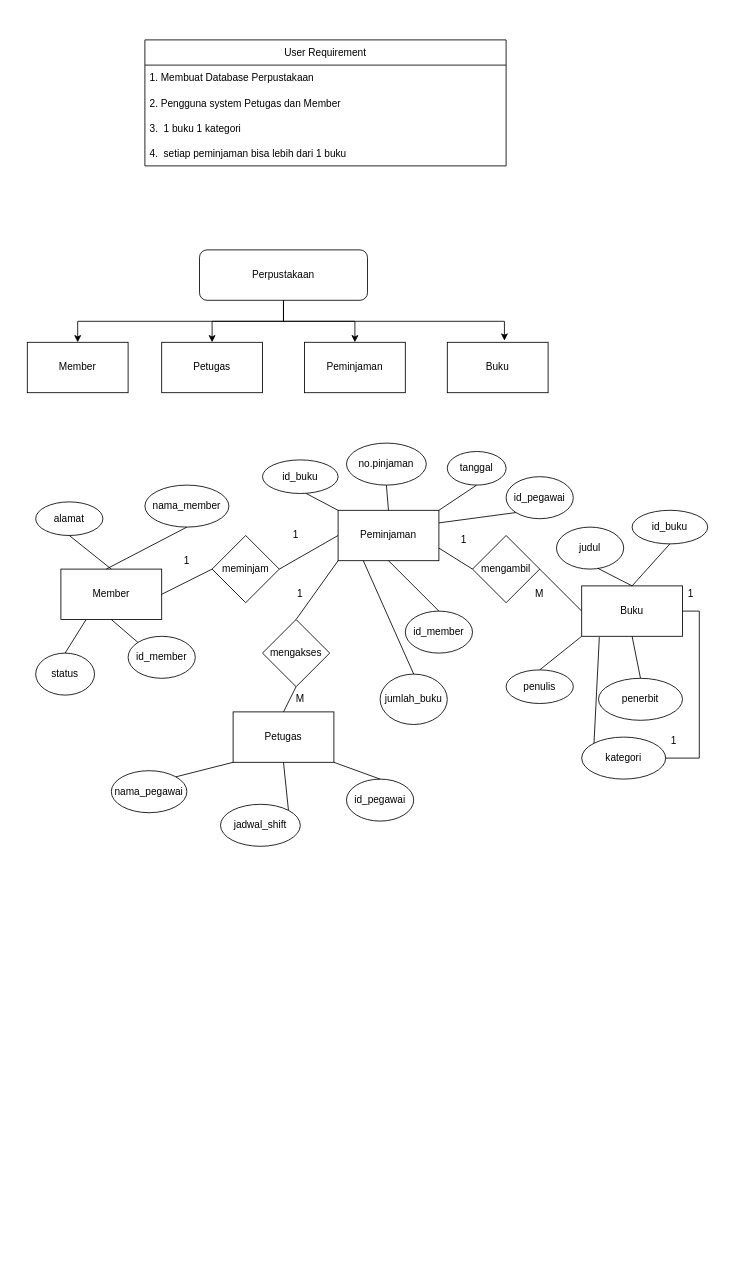
Ftobiansyah123/ansi-uts keeps this draw.io diagram as Entity Relationship Diagram.drawio. Above is the earlier version. Source tidied: cells renumbered, new cells numbered last; positions are measured from the earlier drawing's top-left corner, leaving out a move shared by most shapes. Both pictures are drawn from the tidied source at 84%, with x=0, y=0 at pixel (27, 39).
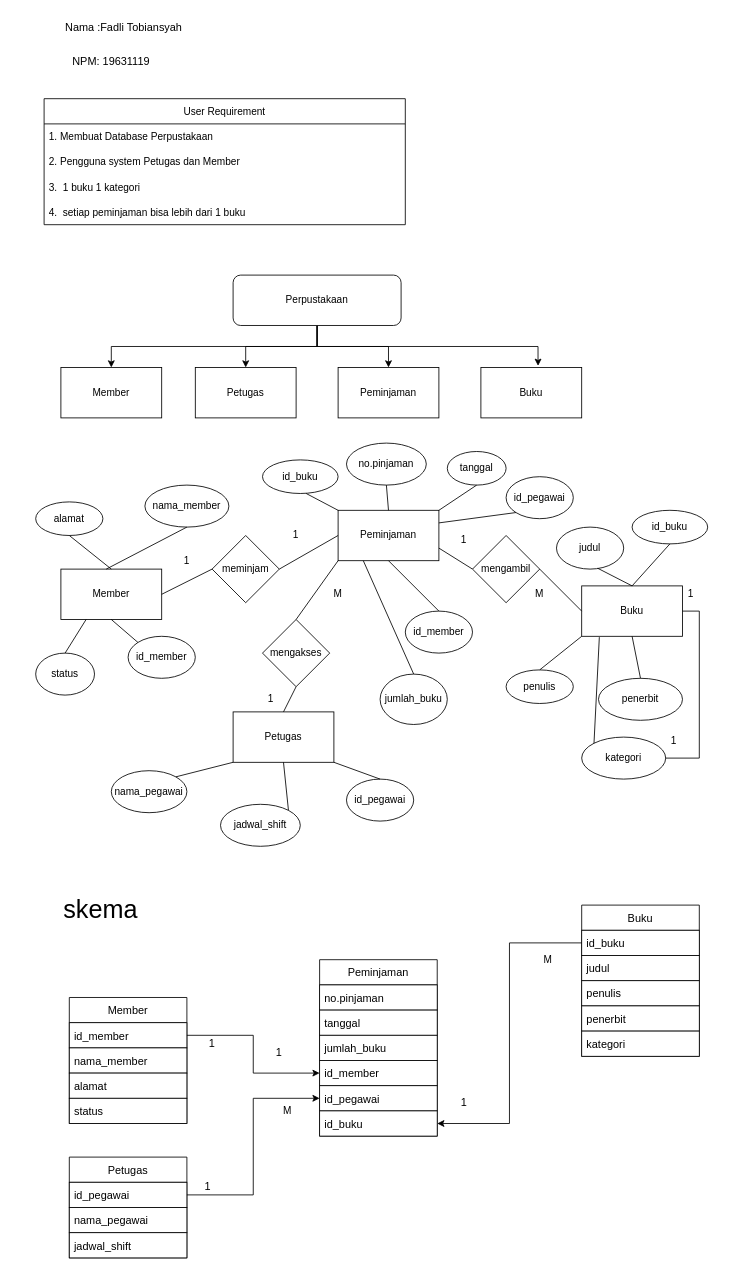
The same diagram, later.

Diff of the diagram source:
```diff
@@
     <mxCell id="2" value="User Requirement" style="swimlane;fontStyle=0;horizontal=1;startSize=30;fontColor=default;fillColor=default;strokeColor=default;" parent="1" vertex="1">
-      <mxGeometry x="140" width="430" height="150" as="geometry" />
+      <mxGeometry x="20" y="70" width="430" height="150" as="geometry" />
     </mxCell>
@@
-    <mxCell id="7" style="edgeStyle=orthogonalEdgeStyle;rounded=0;jettySize=auto;html=1;exitX=0.5;exitY=1;exitDx=0;exitDy=0;entryX=0.5;entryY=0;entryDx=0;entryDy=0;fontColor=default;" parent="1" edge="1" source="11" target="12">
+    <mxCell id="7" style="edgeStyle=orthogonalEdgeStyle;rounded=0;jettySize=auto;html=1;exitX=0.5;exitY=1;exitDx=0;exitDy=0;entryX=0.5;entryY=0;entryDx=0;entryDy=0;fontColor=default;strokeColor=default;labelBackgroundColor=default;" parent="1" edge="1" source="11" target="12">
       <mxGeometry relative="1" as="geometry" />
     </mxCell>
-    <mxCell id="8" style="edgeStyle=orthogonalEdgeStyle;rounded=0;jettySize=auto;html=1;exitX=0.5;exitY=1;exitDx=0;exitDy=0;entryX=0.5;entryY=0;entryDx=0;entryDy=0;fontColor=default;" parent="1" edge="1" source="11" target="13">
+    <mxCell id="8" style="edgeStyle=orthogonalEdgeStyle;rounded=0;jettySize=auto;html=1;exitX=0.5;exitY=1;exitDx=0;exitDy=0;entryX=0.5;entryY=0;entryDx=0;entryDy=0;fontColor=default;strokeColor=default;labelBackgroundColor=default;" parent="1" edge="1" source="11" target="13">
       <mxGeometry relative="1" as="geometry" />
     </mxCell>
-    <mxCell id="9" style="edgeStyle=orthogonalEdgeStyle;rounded=0;jettySize=auto;html=1;exitX=0.5;exitY=1;exitDx=0;exitDy=0;entryX=0.5;entryY=0;entryDx=0;entryDy=0;fontColor=default;" parent="1" edge="1" source="11" target="14">
+    <mxCell id="9" style="edgeStyle=orthogonalEdgeStyle;rounded=0;jettySize=auto;html=1;exitX=0.5;exitY=1;exitDx=0;exitDy=0;entryX=0.5;entryY=0;entryDx=0;entryDy=0;fontColor=default;strokeColor=default;labelBackgroundColor=default;" parent="1" edge="1" source="11" target="14">
       <mxGeometry relative="1" as="geometry" />
     </mxCell>
-    <mxCell id="10" style="edgeStyle=orthogonalEdgeStyle;rounded=0;jettySize=auto;html=1;exitX=0.5;exitY=1;exitDx=0;exitDy=0;entryX=0.567;entryY=-0.033;entryDx=0;entryDy=0;entryPerimeter=0;fontColor=default;" parent="1" edge="1" source="11" target="15">
+    <mxCell id="10" style="edgeStyle=orthogonalEdgeStyle;rounded=0;jettySize=auto;html=1;exitX=0.5;exitY=1;exitDx=0;exitDy=0;entryX=0.567;entryY=-0.033;entryDx=0;entryDy=0;entryPerimeter=0;fontColor=default;strokeColor=default;labelBackgroundColor=default;" parent="1" edge="1" source="11" target="15">
       <mxGeometry relative="1" as="geometry" />
     </mxCell>
-    <mxCell id="11" value="Perpustakaan" style="rounded=1;whiteSpace=wrap;html=1;fontColor=default;fillColor=default;strokeColor=default;" parent="1" vertex="1">
-      <mxGeometry x="205" y="250" width="200" height="60" as="geometry" />
+    <mxCell id="11" value="Perpustakaan" style="rounded=1;whiteSpace=wrap;html=1;fontColor=default;fillColor=default;strokeColor=default;labelBackgroundColor=default;" parent="1" vertex="1">
+      <mxGeometry x="245" y="280" width="200" height="60" as="geometry" />
     </mxCell>
-    <mxCell id="12" value="Member" style="rounded=0;whiteSpace=wrap;html=1;fontColor=default;strokeColor=default;fillColor=default;" parent="1" vertex="1">
-      <mxGeometry y="360" width="120" height="60" as="geometry" />
+    <mxCell id="12" value="Member" style="rounded=0;whiteSpace=wrap;html=1;fontColor=default;strokeColor=default;fillColor=default;labelBackgroundColor=default;" parent="1" vertex="1">
+      <mxGeometry x="40" y="390" width="120" height="60" as="geometry" />
     </mxCell>
-    <mxCell id="13" value="Petugas" style="rounded=0;whiteSpace=wrap;html=1;fontColor=default;strokeColor=default;fillColor=default;" parent="1" vertex="1">
-      <mxGeometry x="160" y="360" width="120" height="60" as="geometry" />
+    <mxCell id="13" value="Petugas" style="rounded=0;whiteSpace=wrap;html=1;fontColor=default;strokeColor=default;fillColor=default;labelBackgroundColor=default;" parent="1" vertex="1">
+      <mxGeometry x="200" y="390" width="120" height="60" as="geometry" />
     </mxCell>
-    <mxCell id="14" value="Peminjaman" style="rounded=0;whiteSpace=wrap;html=1;fontColor=default;strokeColor=default;fillColor=default;" parent="1" vertex="1">
-      <mxGeometry x="330" y="360" width="120" height="60" as="geometry" />
+    <mxCell id="14" value="Peminjaman" style="rounded=0;whiteSpace=wrap;html=1;fontColor=default;strokeColor=default;fillColor=default;labelBackgroundColor=default;" parent="1" vertex="1">
+      <mxGeometry x="370" y="390" width="120" height="60" as="geometry" />
     </mxCell>
-    <mxCell id="15" value="Buku" style="rounded=0;whiteSpace=wrap;html=1;fontColor=default;strokeColor=default;fillColor=default;" parent="1" vertex="1">
-      <mxGeometry x="500" y="360" width="120" height="60" as="geometry" />
+    <mxCell id="15" value="Buku" style="rounded=0;whiteSpace=wrap;html=1;fontColor=default;strokeColor=default;fillColor=default;labelBackgroundColor=default;" parent="1" vertex="1">
+      <mxGeometry x="540" y="390" width="120" height="60" as="geometry" />
     </mxCell>
@@
     <mxCell id="68" value="1" style="text;html=1;strokeColor=none;fillColor=none;align=center;verticalAlign=middle;whiteSpace=wrap;rounded=0;fontColor=default;" parent="1" vertex="1">
-      <mxGeometry x="295" y="645" width="60" height="30" as="geometry" />
+      <mxGeometry x="260" y="770" width="60" height="30" as="geometry" />
     </mxCell>
@@
     <mxCell id="72" value="M" style="text;html=1;strokeColor=none;fillColor=none;align=center;verticalAlign=middle;whiteSpace=wrap;rounded=0;fontColor=default;" parent="1" vertex="1">
-      <mxGeometry x="295" y="770" width="60" height="30" as="geometry" />
+      <mxGeometry x="340" y="645" width="60" height="30" as="geometry" />
     </mxCell>
@@
+    <mxCell id="74" value="&lt;font style=&quot;font-size: 30px&quot;&gt;skema&lt;/font&gt;" style="text;html=1;strokeColor=none;fillColor=none;align=center;verticalAlign=middle;whiteSpace=wrap;rounded=0;fontColor=default;" parent="1" vertex="1">
+      <mxGeometry x="-15" y="990" width="205" height="90" as="geometry" />
+    </mxCell>
+    <mxCell id="75" value="Member" style="swimlane;fontStyle=0;horizontal=1;startSize=30;fontSize=13;fontColor=default;strokeColor=default;fillColor=default;" parent="1" vertex="1">
+      <mxGeometry x="50" y="1140" width="140" height="150" as="geometry" />
+    </mxCell>
+    <mxCell id="76" value="id_member" style="text;strokeColor=default;fillColor=default;align=left;verticalAlign=middle;spacingLeft=4;spacingRight=4;overflow=hidden;points=[[0,0.5],[1,0.5]];portConstraint=eastwest;fontSize=13;fontColor=default;" parent="75" vertex="1">
+      <mxGeometry y="30" width="140" height="30" as="geometry" />
+    </mxCell>
+    <mxCell id="77" value="nama_member" style="text;strokeColor=default;fillColor=default;align=left;verticalAlign=middle;spacingLeft=4;spacingRight=4;overflow=hidden;fontSize=13;fontColor=default;" parent="75" vertex="1">
+      <mxGeometry y="60" width="140" height="30" as="geometry" />
+    </mxCell>
+    <mxCell id="78" value="alamat" style="text;strokeColor=default;fillColor=default;align=left;verticalAlign=middle;spacingLeft=4;spacingRight=4;overflow=hidden;fontSize=13;fontColor=default;" parent="75" vertex="1">
+      <mxGeometry y="90" width="140" height="30" as="geometry" />
+    </mxCell>
+    <mxCell id="79" value="status" style="text;strokeColor=default;fillColor=default;align=left;verticalAlign=middle;spacingLeft=4;spacingRight=4;overflow=hidden;fontSize=13;fontColor=default;" parent="75" vertex="1">
+      <mxGeometry y="120" width="140" height="30" as="geometry" />
+    </mxCell>
+    <mxCell id="80" value="Petugas" style="swimlane;fontStyle=0;horizontal=1;startSize=30;fontSize=13;fontColor=default;strokeColor=default;fillColor=default;" parent="1" vertex="1">
+      <mxGeometry x="50" y="1330" width="140" height="120" as="geometry" />
+    </mxCell>
+    <mxCell id="81" value="id_pegawai" style="text;strokeColor=default;fillColor=default;align=left;verticalAlign=middle;spacingLeft=4;spacingRight=4;overflow=hidden;points=[[0,0.5],[1,0.5]];portConstraint=eastwest;fontSize=13;fontColor=default;" parent="80" vertex="1">
+      <mxGeometry y="30" width="140" height="30" as="geometry" />
+    </mxCell>
+    <mxCell id="82" value="nama_pegawai" style="text;strokeColor=default;fillColor=default;align=left;verticalAlign=middle;spacingLeft=4;spacingRight=4;overflow=hidden;fontSize=13;fontColor=default;" parent="80" vertex="1">
+      <mxGeometry y="60" width="140" height="30" as="geometry" />
+    </mxCell>
+    <mxCell id="83" value="jadwal_shift" style="text;strokeColor=default;fillColor=default;align=left;verticalAlign=middle;spacingLeft=4;spacingRight=4;overflow=hidden;fontSize=13;fontColor=default;" parent="80" vertex="1">
+      <mxGeometry y="90" width="140" height="30" as="geometry" />
+    </mxCell>
+    <mxCell id="84" value="Peminjaman" style="swimlane;fontStyle=0;horizontal=1;startSize=30;fontSize=13;fontColor=default;strokeColor=default;fillColor=default;" parent="1" vertex="1">
+      <mxGeometry x="348" y="1095" width="140" height="210" as="geometry" />
+    </mxCell>
+    <mxCell id="85" value="no.pinjaman" style="text;strokeColor=default;fillColor=default;align=left;verticalAlign=middle;spacingLeft=4;spacingRight=4;overflow=hidden;fontSize=13;fontColor=default;" parent="84" vertex="1">
+      <mxGeometry y="30" width="140" height="30" as="geometry" />
+    </mxCell>
+    <mxCell id="86" value="tanggal" style="text;strokeColor=default;fillColor=default;align=left;verticalAlign=middle;spacingLeft=4;spacingRight=4;overflow=hidden;fontSize=13;fontColor=default;" parent="84" vertex="1">
+      <mxGeometry y="60" width="140" height="30" as="geometry" />
+    </mxCell>
+    <mxCell id="87" value="jumlah_buku" style="text;strokeColor=default;fillColor=default;align=left;verticalAlign=middle;spacingLeft=4;spacingRight=4;overflow=hidden;fontSize=13;fontColor=default;" parent="84" vertex="1">
+      <mxGeometry y="90" width="140" height="30" as="geometry" />
+    </mxCell>
+    <mxCell id="88" value="id_member" style="text;strokeColor=default;fillColor=default;align=left;verticalAlign=middle;spacingLeft=4;spacingRight=4;overflow=hidden;points=[[0,0.5],[1,0.5]];portConstraint=eastwest;fontSize=13;fontColor=default;" parent="84" vertex="1">
+      <mxGeometry y="120" width="140" height="30" as="geometry" />
+    </mxCell>
+    <mxCell id="89" value="id_pegawai" style="text;strokeColor=default;fillColor=default;align=left;verticalAlign=middle;spacingLeft=4;spacingRight=4;overflow=hidden;points=[[0,0.5],[1,0.5]];portConstraint=eastwest;fontSize=13;fontColor=default;" parent="84" vertex="1">
+      <mxGeometry y="150" width="140" height="30" as="geometry" />
+    </mxCell>
+    <mxCell id="90" value="id_buku" style="text;strokeColor=default;fillColor=default;align=left;verticalAlign=middle;spacingLeft=4;spacingRight=4;overflow=hidden;points=[[0,0.5],[1,0.5]];portConstraint=eastwest;fontSize=13;fontColor=default;" parent="84" vertex="1">
+      <mxGeometry y="180" width="140" height="30" as="geometry" />
+    </mxCell>
+    <mxCell id="91" value="Buku" style="swimlane;fontStyle=0;horizontal=1;startSize=30;fontSize=13;fontColor=default;strokeColor=default;fillColor=default;" parent="1" vertex="1">
+      <mxGeometry x="660" y="1030" width="140" height="180" as="geometry" />
+    </mxCell>
+    <mxCell id="92" value="id_buku" style="text;strokeColor=default;fillColor=default;align=left;verticalAlign=middle;spacingLeft=4;spacingRight=4;overflow=hidden;points=[[0,0.5],[1,0.5]];portConstraint=eastwest;fontSize=13;fontColor=default;" parent="91" vertex="1">
+      <mxGeometry y="30" width="140" height="30" as="geometry" />
+    </mxCell>
+    <mxCell id="93" value="judul" style="text;strokeColor=default;fillColor=default;align=left;verticalAlign=middle;spacingLeft=4;spacingRight=4;overflow=hidden;fontSize=13;fontColor=default;" parent="91" vertex="1">
+      <mxGeometry y="60" width="140" height="30" as="geometry" />
+    </mxCell>
+    <mxCell id="94" value="penulis" style="text;strokeColor=default;fillColor=default;align=left;verticalAlign=middle;spacingLeft=4;spacingRight=4;overflow=hidden;fontSize=13;fontColor=default;" parent="91" vertex="1">
+      <mxGeometry y="90" width="140" height="30" as="geometry" />
+    </mxCell>
+    <mxCell id="95" value="penerbit" style="text;strokeColor=default;fillColor=default;align=left;verticalAlign=middle;spacingLeft=4;spacingRight=4;overflow=hidden;fontSize=13;fontColor=default;" parent="91" vertex="1">
+      <mxGeometry y="120" width="140" height="30" as="geometry" />
+    </mxCell>
+    <mxCell id="96" value="kategori" style="text;strokeColor=default;fillColor=default;align=left;verticalAlign=middle;spacingLeft=4;spacingRight=4;overflow=hidden;fontSize=13;fontColor=default;" parent="91" vertex="1">
+      <mxGeometry y="150" width="140" height="30" as="geometry" />
+    </mxCell>
+    <mxCell id="97" style="edgeStyle=orthogonalEdgeStyle;rounded=0;jettySize=auto;html=1;exitX=0;exitY=0.5;exitDx=0;exitDy=0;entryX=1;entryY=0.5;entryDx=0;entryDy=0;labelBackgroundColor=default;fontSize=13;fontColor=default;strokeColor=default;" parent="1" edge="1" source="92" target="90">
+      <mxGeometry relative="1" as="geometry" />
+    </mxCell>
+    <mxCell id="98" style="edgeStyle=orthogonalEdgeStyle;rounded=0;jettySize=auto;html=1;entryX=0;entryY=0.5;entryDx=0;entryDy=0;labelBackgroundColor=default;fontSize=13;fontColor=default;strokeColor=default;" parent="1" edge="1" source="81" target="89">
+      <mxGeometry relative="1" as="geometry" />
+    </mxCell>
+    <mxCell id="99" style="edgeStyle=orthogonalEdgeStyle;rounded=0;jettySize=auto;html=1;exitX=1;exitY=0.5;exitDx=0;exitDy=0;labelBackgroundColor=default;fontSize=13;fontColor=default;strokeColor=default;" parent="1" edge="1" source="76" target="88">
+      <mxGeometry relative="1" as="geometry" />
+    </mxCell>
+    <mxCell id="100" value="1" style="text;html=1;strokeColor=none;fillColor=none;align=center;verticalAlign=middle;whiteSpace=wrap;rounded=0;fontSize=13;fontColor=default;" parent="1" vertex="1">
+      <mxGeometry x="185" y="1350" width="60" height="30" as="geometry" />
+    </mxCell>
+    <mxCell id="101" value="1" style="text;html=1;strokeColor=none;fillColor=none;align=center;verticalAlign=middle;whiteSpace=wrap;rounded=0;fontSize=13;fontColor=default;" parent="1" vertex="1">
+      <mxGeometry x="190" y="1180" width="60" height="30" as="geometry" />
+    </mxCell>
+    <mxCell id="102" value="1" style="text;html=1;strokeColor=none;fillColor=none;align=center;verticalAlign=middle;whiteSpace=wrap;rounded=0;fontSize=13;fontColor=default;" parent="1" vertex="1">
+      <mxGeometry x="490" y="1250" width="60" height="30" as="geometry" />
+    </mxCell>
+    <mxCell id="103" value="1" style="text;html=1;strokeColor=none;fillColor=none;align=center;verticalAlign=middle;whiteSpace=wrap;rounded=0;fontSize=13;fontColor=default;" parent="1" vertex="1">
+      <mxGeometry x="270" y="1190" width="60" height="30" as="geometry" />
+    </mxCell>
+    <mxCell id="104" value="M" style="text;html=1;strokeColor=none;fillColor=none;align=center;verticalAlign=middle;whiteSpace=wrap;rounded=0;fontColor=default;" parent="1" vertex="1">
+      <mxGeometry x="280" y="1260" width="60" height="30" as="geometry" />
+    </mxCell>
+    <mxCell id="105" value="M" style="text;html=1;strokeColor=none;fillColor=none;align=center;verticalAlign=middle;whiteSpace=wrap;rounded=0;fontColor=default;" parent="1" vertex="1">
+      <mxGeometry x="590" y="1080" width="60" height="30" as="geometry" />
+    </mxCell>
+    <mxCell id="106" value="Nama :Fadli Tobiansyah" style="text;html=1;strokeColor=none;fillColor=none;align=center;verticalAlign=middle;whiteSpace=wrap;rounded=0;fontSize=13;fontColor=default;" parent="1" vertex="1">
+      <mxGeometry x="20" y="-30" width="190" height="30" as="geometry" />
+    </mxCell>
+    <mxCell id="107" value="NPM: 19631119" style="text;html=1;strokeColor=none;fillColor=none;align=center;verticalAlign=middle;whiteSpace=wrap;rounded=0;fontSize=13;fontColor=default;" parent="1" vertex="1">
+      <mxGeometry x="-5" y="10" width="210" height="30" as="geometry" />
+    </mxCell>
```
